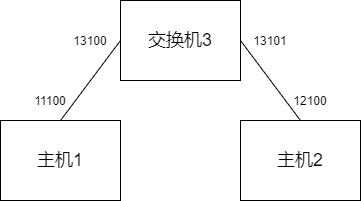
Above: Project1-MinNE-python/report/images/topology-3.png in mrcaidev/computer-network-and-communication-technology (draw.io), before the change. Source tidied: cells renumbered, new cells last; positions are measured from the earlier drawing's top-left corner, leaving out a move shared by most shapes. Source of this version:
```xml
<mxGraphModel>
  <root>
    <mxCell id="0" />
    <mxCell id="1" parent="0" />
    <mxCell id="2" style="edgeStyle=none;html=1;exitX=0;exitY=0.5;exitDx=0;exitDy=0;entryX=0.5;entryY=0;entryDx=0;entryDy=0;endArrow=none;endFill=0;" parent="1" edge="1" source="4" target="5">
      <mxGeometry relative="1" as="geometry" />
    </mxCell>
    <mxCell id="3" style="edgeStyle=none;html=1;exitX=1;exitY=0.5;exitDx=0;exitDy=0;entryX=0.5;entryY=0;entryDx=0;entryDy=0;endArrow=none;endFill=0;" parent="1" edge="1" source="4" target="6">
      <mxGeometry relative="1" as="geometry" />
    </mxCell>
    <mxCell id="4" value="&lt;font style=&quot;font-size: 18px&quot;&gt;交换机3&lt;/font&gt;" style="rounded=0;whiteSpace=wrap;html=1;" parent="1" vertex="1">
      <mxGeometry x="120" width="120" height="80" as="geometry" />
    </mxCell>
    <mxCell id="5" value="&lt;font style=&quot;font-size: 18px&quot;&gt;主机1&lt;/font&gt;" style="rounded=0;whiteSpace=wrap;html=1;" parent="1" vertex="1">
      <mxGeometry y="120" width="120" height="80" as="geometry" />
    </mxCell>
    <mxCell id="6" value="&lt;font style=&quot;font-size: 18px&quot;&gt;主机2&lt;/font&gt;" style="rounded=0;whiteSpace=wrap;html=1;" parent="1" vertex="1">
      <mxGeometry x="240" y="120" width="120" height="80" as="geometry" />
    </mxCell>
    <mxCell id="7" value="11100" style="text;html=1;strokeColor=none;fillColor=none;align=center;verticalAlign=middle;whiteSpace=wrap;rounded=0;" parent="1" vertex="1">
      <mxGeometry x="30" y="90" width="40" height="20" as="geometry" />
    </mxCell>
    <mxCell id="8" value="13100" style="text;html=1;strokeColor=none;fillColor=none;align=center;verticalAlign=middle;whiteSpace=wrap;rounded=0;" parent="1" vertex="1">
      <mxGeometry x="70" y="30" width="40" height="20" as="geometry" />
    </mxCell>
    <mxCell id="9" value="13101" style="text;html=1;strokeColor=none;fillColor=none;align=center;verticalAlign=middle;whiteSpace=wrap;rounded=0;" parent="1" vertex="1">
      <mxGeometry x="250" y="30" width="40" height="20" as="geometry" />
    </mxCell>
    <mxCell id="10" value="12100" style="text;html=1;strokeColor=none;fillColor=none;align=center;verticalAlign=middle;whiteSpace=wrap;rounded=0;" parent="1" vertex="1">
      <mxGeometry x="290" y="90" width="40" height="20" as="geometry" />
    </mxCell>
  </root>
</mxGraphModel>
```
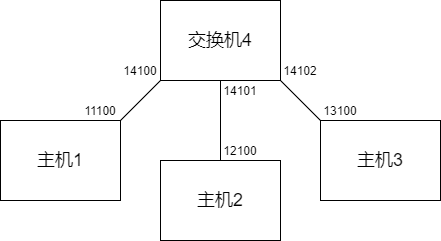
Later version of the same file.

What changed in the source:
```diff
@@ -2,32 +2,44 @@
   <root>
     <mxCell id="0" />
     <mxCell id="1" parent="0" />
-    <mxCell id="2" style="edgeStyle=none;html=1;exitX=0;exitY=0.5;exitDx=0;exitDy=0;entryX=0.5;entryY=0;entryDx=0;entryDy=0;endArrow=none;endFill=0;" parent="1" edge="1" source="4" target="5">
+    <mxCell id="2" style="edgeStyle=none;html=1;exitX=0;exitY=1;exitDx=0;exitDy=0;entryX=1;entryY=0;entryDx=0;entryDy=0;endArrow=none;endFill=0;" parent="1" edge="1" source="4" target="5">
       <mxGeometry relative="1" as="geometry" />
     </mxCell>
-    <mxCell id="3" style="edgeStyle=none;html=1;exitX=1;exitY=0.5;exitDx=0;exitDy=0;entryX=0.5;entryY=0;entryDx=0;entryDy=0;endArrow=none;endFill=0;" parent="1" edge="1" source="4" target="6">
-      <mxGeometry relative="1" as="geometry" />
-    </mxCell>
+    <mxCell id="11" style="edgeStyle=none;html=1;exitX=0.5;exitY=1;exitDx=0;exitDy=0;entryX=0;entryY=1;entryDx=0;entryDy=0;endArrow=none;endFill=0;" parent="1" edge="1" source="4" target="10">
+      <mxGeometry relative="1" as="geometry" />
+    </mxCell>
+    <mxCell id="12" style="edgeStyle=none;html=1;exitX=1;exitY=1;exitDx=0;exitDy=0;entryX=0;entryY=0;entryDx=0;entryDy=0;endArrow=none;endFill=0;" parent="1" edge="1" source="4" target="13">
+      <mxGeometry relative="1" as="geometry" />
+    </mxCell>
-    <mxCell id="4" value="&lt;font style=&quot;font-size: 18px&quot;&gt;交换机3&lt;/font&gt;" style="rounded=0;whiteSpace=wrap;html=1;" parent="1" vertex="1">
+    <mxCell id="4" value="&lt;font style=&quot;font-size: 18px&quot;&gt;交换机4&lt;/font&gt;" style="rounded=0;whiteSpace=wrap;html=1;" parent="1" vertex="1">
       <mxGeometry x="120" width="120" height="80" as="geometry" />
     </mxCell>
     <mxCell id="5" value="&lt;font style=&quot;font-size: 18px&quot;&gt;主机1&lt;/font&gt;" style="rounded=0;whiteSpace=wrap;html=1;" parent="1" vertex="1">
-      <mxGeometry y="120" width="120" height="80" as="geometry" />
+      <mxGeometry x="-40" y="120" width="120" height="80" as="geometry" />
     </mxCell>
     <mxCell id="6" value="&lt;font style=&quot;font-size: 18px&quot;&gt;主机2&lt;/font&gt;" style="rounded=0;whiteSpace=wrap;html=1;" parent="1" vertex="1">
-      <mxGeometry x="240" y="120" width="120" height="80" as="geometry" />
+      <mxGeometry x="120" y="160" width="120" height="80" as="geometry" />
     </mxCell>
     <mxCell id="7" value="11100" style="text;html=1;strokeColor=none;fillColor=none;align=center;verticalAlign=middle;whiteSpace=wrap;rounded=0;" parent="1" vertex="1">
-      <mxGeometry x="30" y="90" width="40" height="20" as="geometry" />
+      <mxGeometry x="40" y="100" width="40" height="20" as="geometry" />
     </mxCell>
-    <mxCell id="8" value="13100" style="text;html=1;strokeColor=none;fillColor=none;align=center;verticalAlign=middle;whiteSpace=wrap;rounded=0;" parent="1" vertex="1">
-      <mxGeometry x="70" y="30" width="40" height="20" as="geometry" />
+    <mxCell id="8" value="14100" style="text;html=1;strokeColor=none;fillColor=none;align=center;verticalAlign=middle;whiteSpace=wrap;rounded=0;" parent="1" vertex="1">
+      <mxGeometry x="80" y="60" width="40" height="20" as="geometry" />
     </mxCell>
-    <mxCell id="9" value="13101" style="text;html=1;strokeColor=none;fillColor=none;align=center;verticalAlign=middle;whiteSpace=wrap;rounded=0;" parent="1" vertex="1">
-      <mxGeometry x="250" y="30" width="40" height="20" as="geometry" />
+    <mxCell id="9" value="14101" style="text;html=1;strokeColor=none;fillColor=none;align=center;verticalAlign=middle;whiteSpace=wrap;rounded=0;" parent="1" vertex="1">
+      <mxGeometry x="180" y="80" width="40" height="20" as="geometry" />
     </mxCell>
     <mxCell id="10" value="12100" style="text;html=1;strokeColor=none;fillColor=none;align=center;verticalAlign=middle;whiteSpace=wrap;rounded=0;" parent="1" vertex="1">
-      <mxGeometry x="290" y="90" width="40" height="20" as="geometry" />
+      <mxGeometry x="180" y="140" width="40" height="20" as="geometry" />
     </mxCell>
+    <mxCell id="13" value="&lt;font style=&quot;font-size: 18px&quot;&gt;主机3&lt;/font&gt;" style="rounded=0;whiteSpace=wrap;html=1;" parent="1" vertex="1">
+      <mxGeometry x="280" y="120" width="120" height="80" as="geometry" />
+    </mxCell>
+    <mxCell id="14" value="14102" style="text;html=1;strokeColor=none;fillColor=none;align=center;verticalAlign=middle;whiteSpace=wrap;rounded=0;" parent="1" vertex="1">
+      <mxGeometry x="240" y="60" width="40" height="20" as="geometry" />
+    </mxCell>
+    <mxCell id="15" value="13100" style="text;html=1;strokeColor=none;fillColor=none;align=center;verticalAlign=middle;whiteSpace=wrap;rounded=0;" parent="1" vertex="1">
+      <mxGeometry x="280" y="100" width="40" height="20" as="geometry" />
+    </mxCell>
   </root>
 </mxGraphModel>
```
